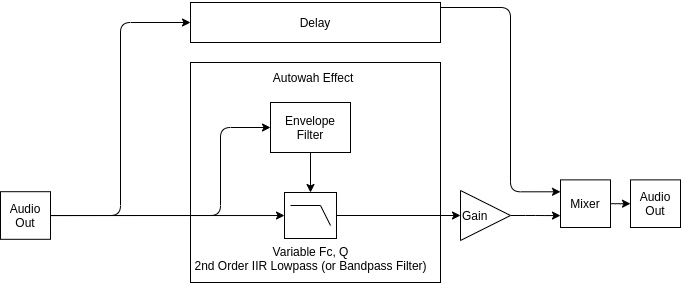
Earlier version of the draw.io export static/img/posts/2022-02-28-autowah/autowah-block-diagram.drawio.png (cwoodall/cwoodall-hugo). Source tidied: cells renumbered, new cells last; positions are measured from the earlier drawing's top-left corner, leaving out a move shared by most shapes.
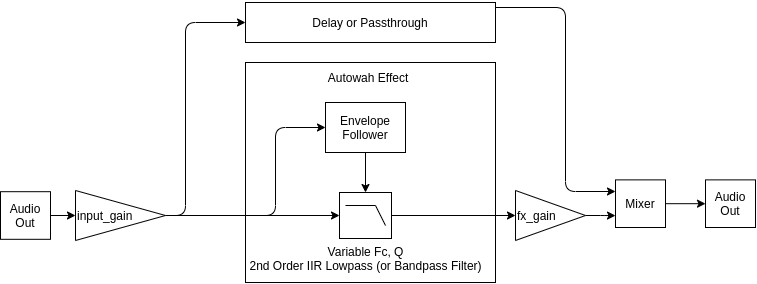
Above is the later version.

Diff of the diagram source:
```diff
@@ -5,9 +5,9 @@
     <mxCell id="2" style="rounded=0;whiteSpace=wrap;html=1;" parent="1" vertex="1">
       <mxGeometry x="190" y="60" width="250" height="220" as="geometry" />
     </mxCell>
-    <mxCell id="3" style="edgeStyle=orthogonalEdgeStyle;rounded=0;jettySize=auto;html=1;entryX=0;entryY=0.5;entryDx=0;entryDy=0;exitX=1;exitY=0.25;exitDx=0;exitDy=0;" parent="1" edge="1" target="x">
+    <mxCell id="3" style="edgeStyle=orthogonalEdgeStyle;rounded=0;orthogonalLoop=1;jettySize=auto;html=1;entryX=0;entryY=0.5;entryDx=0;entryDy=0;exitX=1;exitY=0.25;exitDx=0;exitDy=0;" parent="1" edge="1">
       <mxGeometry relative="1" as="geometry">
-        <mxPoint x="220" y="35" as="sourcePoint" />
+        <mxPoint x="205" y="35" as="sourcePoint" />
       </mxGeometry>
     </mxCell>
     <mxCell id="4" value="Information" style="edgeLabel;html=1;align=center;verticalAlign=middle;labelBackgroundColor=none;" parent="3" vertex="1">
@@ -21,10 +21,10 @@
     <mxCell id="6" value="Variable Fc, Q&lt;br&gt;2nd Order IIR Lowpass (or Bandpass Filter)" style="verticalLabelPosition=bottom;shadow=0;dashed=0;align=center;html=1;verticalAlign=top;shape=mxgraph.electrical.logic_gates.lowpass_filter;" parent="1" vertex="1">
       <mxGeometry x="284" y="190" width="52" height="46" as="geometry" />
     </mxCell>
-    <mxCell id="7" style="edgeStyle=none;html=1;" parent="1" edge="1" source="8" target="6">
+    <mxCell id="7" style="edgeStyle=none;html=1;entryX=0.5;entryY=0;entryDx=0;entryDy=0;entryPerimeter=0;" parent="1" edge="1" source="8" target="6">
       <mxGeometry relative="1" as="geometry" />
     </mxCell>
-    <mxCell id="8" value="Envelope Filter" style="rounded=0;whiteSpace=wrap;html=1;" parent="1" vertex="1">
+    <mxCell id="8" value="Envelope Follower" style="rounded=0;whiteSpace=wrap;html=1;" parent="1" vertex="1">
       <mxGeometry x="270" y="100" width="80" height="50" as="geometry" />
     </mxCell>
     <mxCell id="9" style="edgeStyle=orthogonalEdgeStyle;html=1;entryX=0;entryY=0.5;entryDx=0;entryDy=0;" parent="1" edge="1" source="10" target="18">
@@ -36,26 +36,26 @@
     <mxCell id="11" style="edgeStyle=orthogonalEdgeStyle;html=1;entryX=0;entryY=0.75;entryDx=0;entryDy=0;" parent="1" edge="1" source="12" target="10">
       <mxGeometry relative="1" as="geometry" />
     </mxCell>
-    <mxCell id="12" value="Gain" style="triangle;whiteSpace=wrap;html=1;align=left;" parent="1" vertex="1">
-      <mxGeometry x="460" y="188" width="50" height="50" as="geometry" />
+    <mxCell id="12" value="fx_gain" style="triangle;whiteSpace=wrap;html=1;align=left;" parent="1" vertex="1">
+      <mxGeometry x="460" y="188" width="70" height="50" as="geometry" />
     </mxCell>
-    <mxCell id="13" style="edgeStyle=orthogonalEdgeStyle;html=1;" parent="1" edge="1" target="6">
-      <mxGeometry relative="1" as="geometry">
-        <mxPoint x="50" y="213" as="sourcePoint" />
-      </mxGeometry>
+    <mxCell id="13" style="edgeStyle=orthogonalEdgeStyle;html=1;" parent="1" edge="1" source="22" target="6">
+      <mxGeometry relative="1" as="geometry" />
     </mxCell>
-    <mxCell id="14" style="edgeStyle=orthogonalEdgeStyle;html=1;entryX=0;entryY=0.5;entryDx=0;entryDy=0;" parent="1" edge="1" target="8">
+    <mxCell id="14" style="edgeStyle=orthogonalEdgeStyle;html=1;entryX=0;entryY=0.5;entryDx=0;entryDy=0;exitX=1;exitY=0.5;exitDx=0;exitDy=0;" parent="1" edge="1" source="22" target="8">
       <mxGeometry relative="1" as="geometry">
-        <mxPoint x="50" y="213" as="sourcePoint" />
         <Array as="points">
+          <mxPoint x="130" y="213" />
           <mxPoint x="220" y="213" />
           <mxPoint x="220" y="125" />
         </Array>
       </mxGeometry>
     </mxCell>
-    <mxCell id="15" style="edgeStyle=orthogonalEdgeStyle;html=1;entryX=0;entryY=0.5;entryDx=0;entryDy=0;" parent="1" edge="1" target="17">
+    <mxCell id="15" style="edgeStyle=orthogonalEdgeStyle;html=1;entryX=0;entryY=0.5;entryDx=0;entryDy=0;exitX=1;exitY=0.5;exitDx=0;exitDy=0;" parent="1" edge="1" source="22" target="17">
       <mxGeometry relative="1" as="geometry">
-        <mxPoint x="50" y="213" as="sourcePoint" />
+        <Array as="points">
+          <mxPoint x="130" y="20" />
+        </Array>
       </mxGeometry>
     </mxCell>
     <mxCell id="16" style="edgeStyle=orthogonalEdgeStyle;html=1;entryX=0;entryY=0.25;entryDx=0;entryDy=0;" parent="1" edge="1" source="17" target="10">
@@ -67,17 +67,23 @@
         </Array>
       </mxGeometry>
     </mxCell>
-    <mxCell id="17" value="Delay" style="rounded=0;whiteSpace=wrap;html=1;" parent="1" vertex="1">
+    <mxCell id="17" value="Delay or Passthrough" style="rounded=0;whiteSpace=wrap;html=1;" parent="1" vertex="1">
       <mxGeometry x="190" width="250" height="40" as="geometry" />
     </mxCell>
     <mxCell id="18" value="Audio&lt;br&gt;Out" style="rounded=0;whiteSpace=wrap;html=1;" parent="1" vertex="1">
-      <mxGeometry x="630" y="177.4" width="50" height="47.6" as="geometry" />
+      <mxGeometry x="650" y="177.4" width="50" height="47.6" as="geometry" />
     </mxCell>
+    <mxCell id="21" style="edgeStyle=none;html=1;entryX=0;entryY=0.5;entryDx=0;entryDy=0;" parent="1" edge="1" source="19" target="22">
+      <mxGeometry relative="1" as="geometry" />
+    </mxCell>
     <mxCell id="19" value="Audio&lt;br&gt;Out" style="rounded=0;whiteSpace=wrap;html=1;" parent="1" vertex="1">
-      <mxGeometry y="189.2" width="50" height="47.6" as="geometry" />
+      <mxGeometry x="-55" y="189.2" width="50" height="47.6" as="geometry" />
     </mxCell>
     <mxCell id="20" value="Autowah Effect" style="text;html=1;strokeColor=none;fillColor=none;align=center;verticalAlign=middle;whiteSpace=wrap;rounded=0;" parent="1" vertex="1">
       <mxGeometry x="242.5" y="60" width="140" height="30" as="geometry" />
     </mxCell>
+    <mxCell id="22" value="input_gain" style="triangle;whiteSpace=wrap;html=1;align=left;" parent="1" vertex="1">
+      <mxGeometry x="20" y="188" width="90" height="50" as="geometry" />
+    </mxCell>
   </root>
 </mxGraphModel>
```
